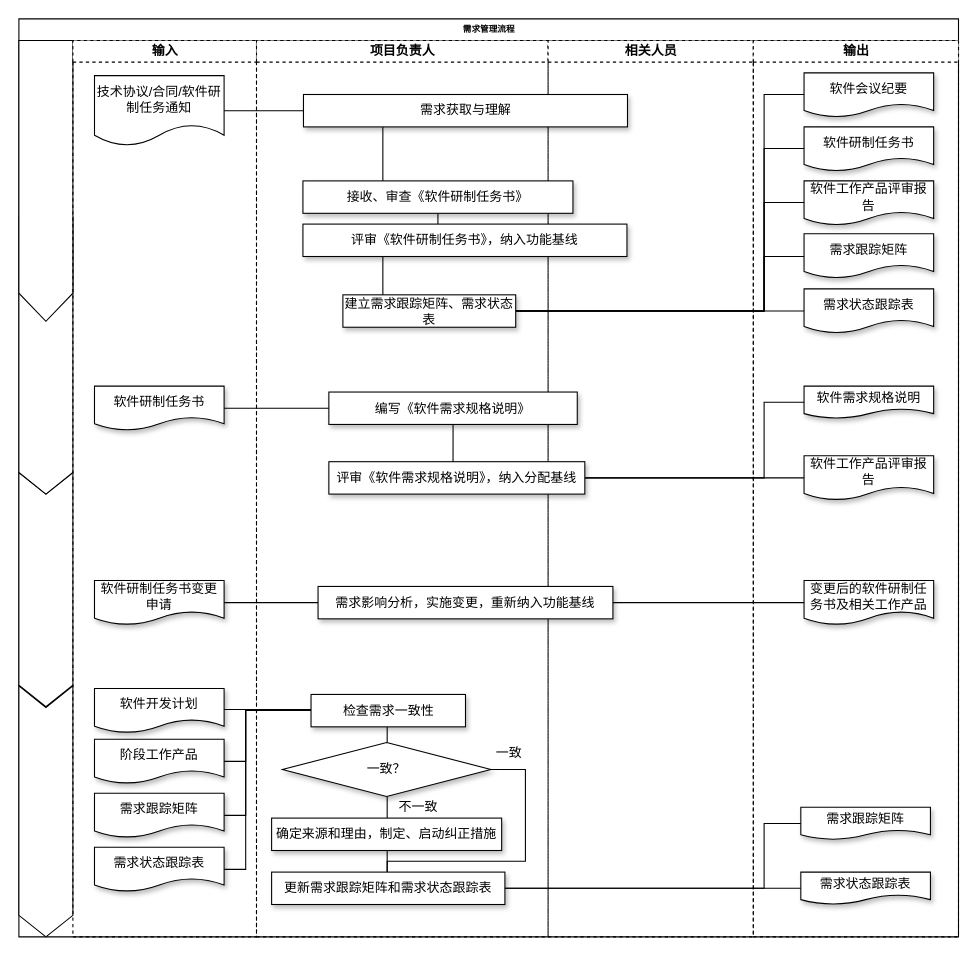
ColonelDarcy2018/excelsior keeps this draw.io diagram as 国军标5000A-文审-软件需求管理过程域.drawio. Above is the earlier version. Source tidied: cells renumbered, new cells numbered last; positions are measured from the earlier drawing's top-left corner, leaving out a move shared by most shapes. Both pictures are drawn from the tidied source at 108%, with x=0, y=0 at pixel (18, 18).
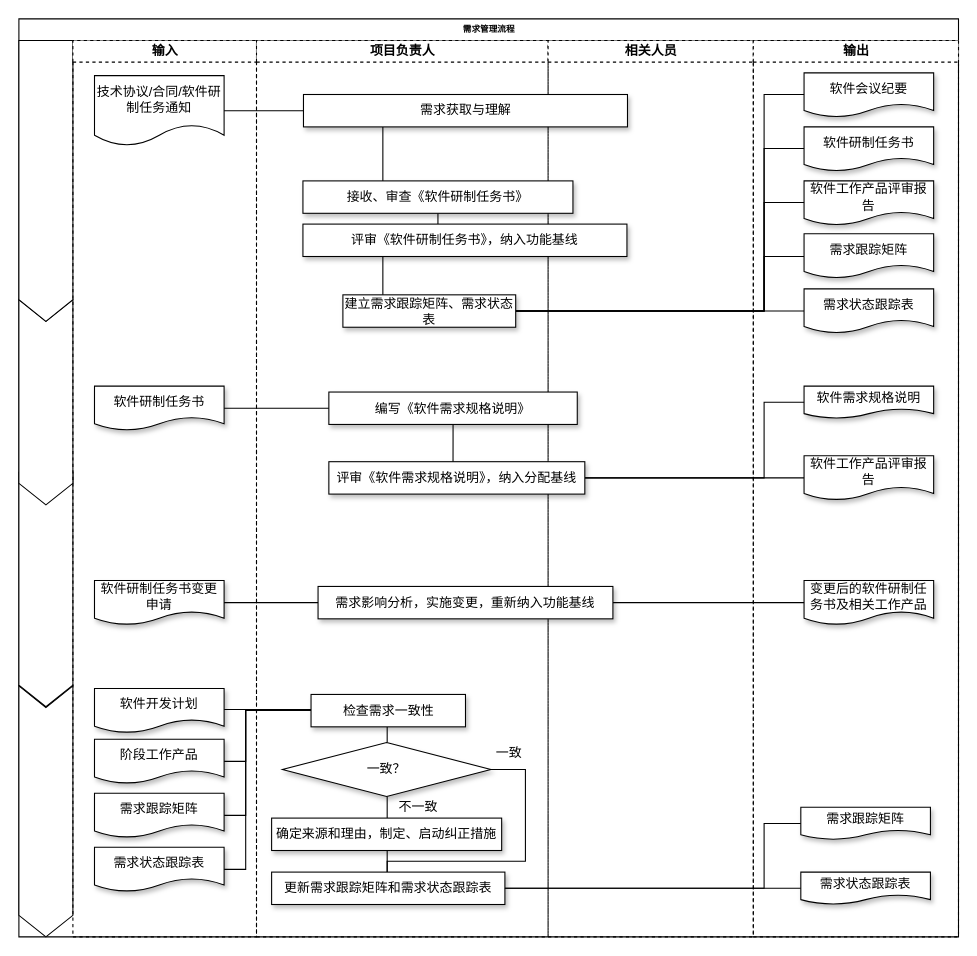
Above is the later version.

Commit message:
Update 国军标5000A-文审-软件需求管理过程域.drawio

The change refers to these unchanged cells:
```xml
<mxCell id="3" style="group;" parent="2" vertex="1">
  <mxGeometry y="20" width="50" height="830" as="geometry" />
</mxCell>
```

Change to the diagram source:
```diff
@@
     <mxCell id="6" style="shape=step;perimeter=stepPerimeter;whiteSpace=wrap;html=1;fixedSize=1;size=20;direction=south;" parent="3" vertex="1">
-      <mxGeometry y="163.9" width="50" height="256.1" as="geometry" />
+      <mxGeometry y="240" width="50" height="190" as="geometry" />
     </mxCell>
-    <mxCell id="7" style="shape=offPageConnector;whiteSpace=wrap;html=1;size=0.1;" parent="3" vertex="1">
+    <mxCell id="7" style="shape=offPageConnector;whiteSpace=wrap;html=1;size=0.07692307692307693;" parent="3" vertex="1">
       <mxGeometry width="50" height="260" as="geometry" />
     </mxCell>
```
